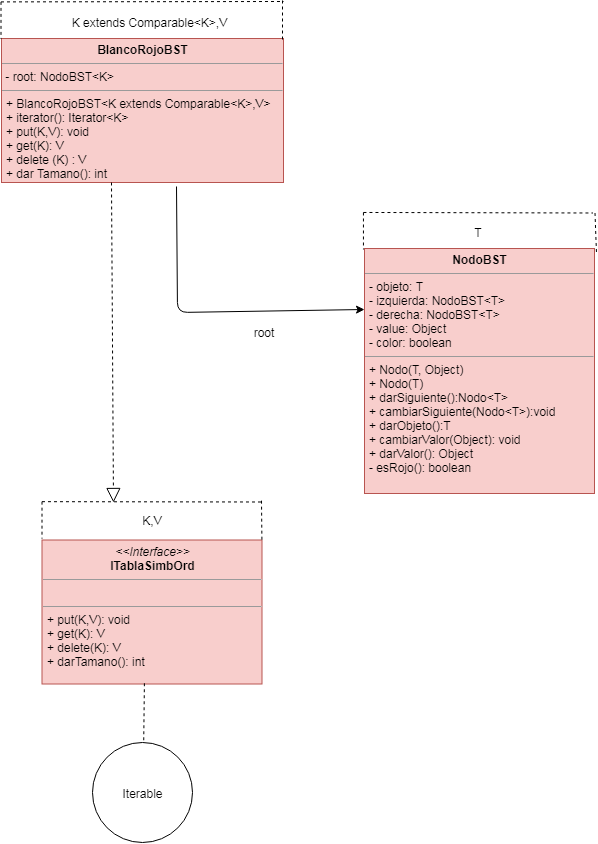
Earlier version of the draw.io export docs/EstructuraTablaSimb.png (Cohnan/DataStructures-Linear-BST). Source tidied: cells renumbered, new cells last; positions are measured from the earlier drawing's top-left corner, leaving out a move shared by most shapes.
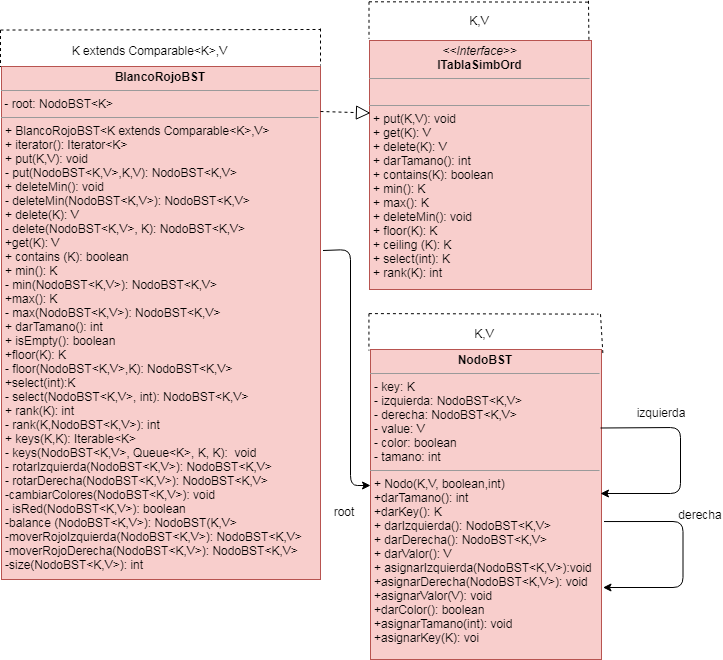
After the commit.

Diff of the diagram source:
```diff
@@ -2,102 +2,116 @@
   <root>
     <mxCell id="0" />
     <mxCell id="1" parent="0" />
-    <mxCell id="2" value="&lt;p style=&quot;margin: 4px 0px 0px ; text-align: center&quot;&gt;&lt;b&gt;BlancoRojoBST&lt;/b&gt;&lt;/p&gt;&lt;hr size=&quot;1&quot;&gt;&amp;nbsp;- root: NodoBST&amp;lt;K&amp;gt;&lt;br&gt;&lt;hr size=&quot;1&quot;&gt;&lt;p style=&quot;margin: 0px 0px 0px 4px&quot;&gt;&lt;font style=&quot;font-size: 12px&quot;&gt;+ BlancoRojoBST&amp;lt;K extends Comparable&amp;lt;K&amp;gt;,V&amp;gt;&lt;/font&gt;&lt;/p&gt;&lt;p style=&quot;margin: 0px 0px 0px 4px&quot;&gt;&lt;font style=&quot;font-size: 12px&quot;&gt;+ iterator(): Iterator&amp;lt;K&amp;gt;&lt;/font&gt;&lt;/p&gt;&lt;p style=&quot;margin: 0px 0px 0px 4px&quot;&gt;+ put(K,V): void&lt;/p&gt;&lt;p style=&quot;margin: 0px 0px 0px 4px&quot;&gt;+ get(K): V&lt;/p&gt;&lt;p style=&quot;margin: 0px 0px 0px 4px&quot;&gt;+ delete (K) : V&lt;/p&gt;&lt;p style=&quot;margin: 0px 0px 0px 4px&quot;&gt;+ dar Tamano(): int&lt;/p&gt;" style="verticalAlign=top;align=left;overflow=fill;fontSize=12;fontFamily=Helvetica;html=1;rounded=0;shadow=0;comic=0;labelBackgroundColor=none;strokeColor=#b85450;strokeWidth=1;fillColor=#f8cecc;" parent="1" vertex="1">
-      <mxGeometry y="38" width="282" height="144" as="geometry" />
-    </mxCell>
-    <mxCell id="3" value="K,V" style="text;html=1;strokeColor=none;fillColor=none;align=center;verticalAlign=middle;whiteSpace=wrap;rounded=0;" parent="1" vertex="1">
-      <mxGeometry x="130.5" y="511.2" width="40" height="18" as="geometry" />
-    </mxCell>
-    <mxCell id="4" value="&lt;p style=&quot;margin: 4px 0px 0px ; text-align: center&quot;&gt;&lt;font style=&quot;font-size: 12px&quot;&gt;&lt;i&gt;&amp;lt;&amp;lt;Interface&amp;gt;&amp;gt;&lt;/i&gt;&lt;br&gt;&lt;b&gt;ITablaSimbOrd&lt;/b&gt;&lt;/font&gt;&lt;/p&gt;&lt;hr size=&quot;1&quot;&gt;&lt;br&gt;&lt;hr size=&quot;1&quot;&gt;&lt;p style=&quot;margin: 0px 0px 0px 4px&quot;&gt;&lt;font style=&quot;font-size: 12px&quot;&gt;+ put(K,V): void&lt;br&gt;&lt;/font&gt;&lt;/p&gt;&lt;p style=&quot;margin: 0px 0px 0px 4px&quot;&gt;+ get(K): V&lt;/p&gt;&lt;p style=&quot;margin: 0px 0px 0px 4px&quot;&gt;+ delete(K): V&amp;nbsp;&lt;/p&gt;&lt;p style=&quot;margin: 0px 0px 0px 4px&quot;&gt;+ darTamano(): int&lt;/p&gt;" style="verticalAlign=top;align=left;overflow=fill;fontSize=12;fontFamily=Helvetica;html=1;rounded=0;shadow=0;comic=0;labelBackgroundColor=none;strokeColor=#b85450;strokeWidth=1;fillColor=#f8cecc;" parent="1" vertex="1">
-      <mxGeometry x="40.5" y="539.5" width="220" height="144" as="geometry" />
-    </mxCell>
-    <mxCell id="5" style="endArrow=none;dashed=1;html=1;entryX=0;entryY=-0.016;entryDx=0;entryDy=0;entryPerimeter=0;" parent="1" edge="1">
-      <mxGeometry relative="1" as="geometry">
-        <mxPoint x="40.5" y="501.2" as="sourcePoint" />
-        <mxPoint x="40.5" y="538.2" as="targetPoint" />
-      </mxGeometry>
-    </mxCell>
-    <mxCell id="6" style="endArrow=none;dashed=1;html=1;" parent="1" edge="1">
-      <mxGeometry relative="1" as="geometry">
-        <mxPoint x="40.5" y="501.2" as="sourcePoint" />
-        <mxPoint x="260.5" y="501.5" as="targetPoint" />
-      </mxGeometry>
-    </mxCell>
-    <mxCell id="7" style="endArrow=none;dashed=1;html=1;entryX=0.995;entryY=-0.004;entryDx=0;entryDy=0;entryPerimeter=0;" parent="1" edge="1">
-      <mxGeometry relative="1" as="geometry">
-        <mxPoint x="260" y="500.2" as="sourcePoint" />
-        <mxPoint x="260.4" y="539.7" as="targetPoint" />
-      </mxGeometry>
-    </mxCell>
+    <mxCell id="23" value="&lt;p style=&quot;margin: 4px 0px 0px ; text-align: center&quot;&gt;&lt;b&gt;BlancoRojoBST&lt;/b&gt;&lt;/p&gt;&lt;hr size=&quot;1&quot;&gt;&amp;nbsp;- root: NodoBST&amp;lt;K&amp;gt;&lt;br&gt;&lt;hr size=&quot;1&quot;&gt;&lt;p style=&quot;margin: 0px 0px 0px 4px&quot;&gt;&lt;font style=&quot;font-size: 12px&quot;&gt;+ BlancoRojoBST&amp;lt;K extends Comparable&amp;lt;K&amp;gt;,V&amp;gt;&lt;/font&gt;&lt;/p&gt;&lt;p style=&quot;margin: 0px 0px 0px 4px&quot;&gt;&lt;font style=&quot;font-size: 12px&quot;&gt;+ iterator(): Iterator&amp;lt;K&amp;gt;&lt;/font&gt;&lt;/p&gt;&lt;p style=&quot;margin: 0px 0px 0px 4px&quot;&gt;+ put(K,V): void&lt;/p&gt;&lt;p style=&quot;margin: 0px 0px 0px 4px&quot;&gt;- put(NodoBST&amp;lt;K,V&amp;gt;,K,V): NodoBST&amp;lt;K,V&amp;gt;&lt;/p&gt;&lt;p style=&quot;margin: 0px 0px 0px 4px&quot;&gt;+ deleteMin(): void&lt;/p&gt;&lt;p style=&quot;margin: 0px 0px 0px 4px&quot;&gt;- deleteMin(NodoBST&amp;lt;K,V&amp;gt;): NodoBST&amp;lt;K,V&amp;gt;&lt;/p&gt;&lt;p style=&quot;margin: 0px 0px 0px 4px&quot;&gt;+ delete(K): V&lt;/p&gt;&lt;p style=&quot;margin: 0px 0px 0px 4px&quot;&gt;- delete(NodoBST&amp;lt;K,V&amp;gt;, K): NodoBST&amp;lt;K,V&amp;gt;&lt;/p&gt;&lt;p style=&quot;margin: 0px 0px 0px 4px&quot;&gt;+get(K): V&lt;/p&gt;&lt;p style=&quot;margin: 0px 0px 0px 4px&quot;&gt;+ contains (K): boolean&lt;/p&gt;&lt;p style=&quot;margin: 0px 0px 0px 4px&quot;&gt;+ min(): K&lt;/p&gt;&lt;p style=&quot;margin: 0px 0px 0px 4px&quot;&gt;- min(NodoBST&amp;lt;K,V&amp;gt;): NodoBST&amp;lt;K,V&amp;gt;&lt;/p&gt;&lt;p style=&quot;margin: 0px 0px 0px 4px&quot;&gt;+max(): K&lt;/p&gt;&lt;p style=&quot;margin: 0px 0px 0px 4px&quot;&gt;- max(NodoBST&amp;lt;K,V&amp;gt;): NodoBST&amp;lt;K,V&amp;gt;&lt;/p&gt;&lt;p style=&quot;margin: 0px 0px 0px 4px&quot;&gt;+ darTamano(): int&lt;/p&gt;&lt;p style=&quot;margin: 0px 0px 0px 4px&quot;&gt;+ isEmpty(): boolean&lt;/p&gt;&lt;p style=&quot;margin: 0px 0px 0px 4px&quot;&gt;+floor(K): K&lt;/p&gt;&lt;p style=&quot;margin: 0px 0px 0px 4px&quot;&gt;- floor(NodoBST&amp;lt;K,V&amp;gt;,K): NodoBST&amp;lt;K,V&amp;gt;&lt;/p&gt;&lt;p style=&quot;margin: 0px 0px 0px 4px&quot;&gt;+select(int):K&lt;/p&gt;&lt;p style=&quot;margin: 0px 0px 0px 4px&quot;&gt;- select(NodoBST&amp;lt;K,V&amp;gt;, int): NodoBST&amp;lt;K,V&amp;gt;&lt;/p&gt;&lt;p style=&quot;margin: 0px 0px 0px 4px&quot;&gt;+ rank(K): int&lt;/p&gt;&lt;p style=&quot;margin: 0px 0px 0px 4px&quot;&gt;- rank(K,NodoBST&amp;lt;K,V&amp;gt;): int&lt;/p&gt;&lt;p style=&quot;margin: 0px 0px 0px 4px&quot;&gt;+ keys(K,K): Iterable&amp;lt;K&amp;gt;&lt;/p&gt;&lt;p style=&quot;margin: 0px 0px 0px 4px&quot;&gt;- keys(NodoBST&amp;lt;K,V&amp;gt;, Queue&amp;lt;K&amp;gt;, K, K):&amp;nbsp; void&lt;/p&gt;&lt;p style=&quot;margin: 0px 0px 0px 4px&quot;&gt;- rotarIzquierda(NodoBST&amp;lt;K,V&amp;gt;): NodoBST&amp;lt;K,V&amp;gt;&lt;/p&gt;&lt;p style=&quot;margin: 0px 0px 0px 4px&quot;&gt;- rotarDerecha(NodoBST&amp;lt;K,V&amp;gt;): NodoBST&amp;lt;K,V&amp;gt;&lt;/p&gt;&lt;p style=&quot;margin: 0px 0px 0px 4px&quot;&gt;-cambiarColores(NodoBST&amp;lt;K,V&amp;gt;): void&lt;/p&gt;&lt;p style=&quot;margin: 0px 0px 0px 4px&quot;&gt;- isRed(NodoBST&amp;lt;K,V&amp;gt;): boolean&lt;/p&gt;&lt;p style=&quot;margin: 0px 0px 0px 4px&quot;&gt;-balance (NodoBST&amp;lt;K,V&amp;gt;): NodoBST(K,V&amp;gt;&lt;/p&gt;&lt;p style=&quot;margin: 0px 0px 0px 4px&quot;&gt;-moverRojoIzquierda(NodoBST&amp;lt;K,V&amp;gt;): NodoBST&amp;lt;K,V&amp;gt;&lt;/p&gt;&lt;p style=&quot;margin: 0px 0px 0px 4px&quot;&gt;-moverRojoDerecha(NodoBST&amp;lt;K,V&amp;gt;): NodoBST&amp;lt;K,V&amp;gt;&lt;/p&gt;&lt;p style=&quot;margin: 0px 0px 0px 4px&quot;&gt;-size(NodoBST&amp;lt;K,V&amp;gt;): int&lt;/p&gt;&lt;p style=&quot;margin: 0px 0px 0px 4px&quot;&gt;&lt;br&gt;&lt;/p&gt;&lt;p style=&quot;margin: 0px 0px 0px 4px&quot;&gt;&lt;br&gt;&lt;/p&gt;&lt;p style=&quot;margin: 0px 0px 0px 4px&quot;&gt;&lt;br&gt;&lt;/p&gt;" style="verticalAlign=top;align=left;overflow=fill;fontSize=12;fontFamily=Helvetica;html=1;rounded=0;shadow=0;comic=0;labelBackgroundColor=none;strokeColor=#b85450;strokeWidth=1;fillColor=#f8cecc;" parent="1" vertex="1">
+      <mxGeometry x="33" y="749" width="319" height="513" as="geometry" />
+    </mxCell>
+    <mxCell id="24" value="K,V" style="text;html=1;strokeColor=none;fillColor=none;align=center;verticalAlign=middle;whiteSpace=wrap;rounded=0;" parent="1" vertex="1">
+      <mxGeometry x="490.5" y="694.3" width="40" height="18" as="geometry" />
+    </mxCell>
+    <mxCell id="25" value="&lt;p style=&quot;margin: 4px 0px 0px ; text-align: center&quot;&gt;&lt;font style=&quot;font-size: 12px&quot;&gt;&lt;i&gt;&amp;lt;&amp;lt;Interface&amp;gt;&amp;gt;&lt;/i&gt;&lt;br&gt;&lt;b&gt;ITablaSimbOrd&lt;/b&gt;&lt;/font&gt;&lt;/p&gt;&lt;hr size=&quot;1&quot;&gt;&lt;br&gt;&lt;hr size=&quot;1&quot;&gt;&lt;p style=&quot;margin: 0px 0px 0px 4px&quot;&gt;&lt;font style=&quot;font-size: 12px&quot;&gt;+ put(K,V): void&lt;br&gt;&lt;/font&gt;&lt;/p&gt;&lt;p style=&quot;margin: 0px 0px 0px 4px&quot;&gt;+ get(K): V&lt;/p&gt;&lt;p style=&quot;margin: 0px 0px 0px 4px&quot;&gt;+ delete(K): V&amp;nbsp;&lt;/p&gt;&lt;p style=&quot;margin: 0px 0px 0px 4px&quot;&gt;+ darTamano(): int&lt;/p&gt;&lt;p style=&quot;margin: 0px 0px 0px 4px&quot;&gt;+ contains(K): boolean&lt;/p&gt;&lt;p style=&quot;margin: 0px 0px 0px 4px&quot;&gt;+ min(): K&lt;/p&gt;&lt;p style=&quot;margin: 0px 0px 0px 4px&quot;&gt;+ max(): K&lt;/p&gt;&lt;p style=&quot;margin: 0px 0px 0px 4px&quot;&gt;+ deleteMin(): void&lt;/p&gt;&lt;p style=&quot;margin: 0px 0px 0px 4px&quot;&gt;+ floor(K): K&lt;/p&gt;&lt;p style=&quot;margin: 0px 0px 0px 4px&quot;&gt;+ ceiling (K): K&lt;/p&gt;&lt;p style=&quot;margin: 0px 0px 0px 4px&quot;&gt;+ select(int): K&lt;/p&gt;&lt;p style=&quot;margin: 0px 0px 0px 4px&quot;&gt;+ rank(K): int&lt;/p&gt;" style="verticalAlign=top;align=left;overflow=fill;fontSize=12;fontFamily=Helvetica;html=1;rounded=0;shadow=0;comic=0;labelBackgroundColor=none;strokeColor=#b85450;strokeWidth=1;fillColor=#f8cecc;" parent="1" vertex="1">
+      <mxGeometry x="401" y="723" width="222" height="249" as="geometry" />
+    </mxCell>
+    <mxCell id="26" style="endArrow=none;dashed=1;html=1;entryX=0;entryY=-0.016;entryDx=0;entryDy=0;entryPerimeter=0;" parent="1" edge="1">
+      <mxGeometry relative="1" as="geometry">
+        <mxPoint x="400.5" y="684.3" as="sourcePoint" />
+        <mxPoint x="400.5" y="721.3" as="targetPoint" />
+      </mxGeometry>
+    </mxCell>
+    <mxCell id="27" style="endArrow=none;dashed=1;html=1;" parent="1" edge="1">
+      <mxGeometry relative="1" as="geometry">
+        <mxPoint x="400.5" y="684.3" as="sourcePoint" />
+        <mxPoint x="620.5" y="684.6" as="targetPoint" />
+      </mxGeometry>
+    </mxCell>
+    <mxCell id="28" style="endArrow=none;dashed=1;html=1;entryX=0.995;entryY=-0.004;entryDx=0;entryDy=0;entryPerimeter=0;" parent="1" edge="1">
+      <mxGeometry relative="1" as="geometry">
+        <mxPoint x="620" y="683.3" as="sourcePoint" />
+        <mxPoint x="620.4" y="722.9" as="targetPoint" />
+      </mxGeometry>
+    </mxCell>
     <mxCell id="8" value="K extends Comparable&amp;lt;K&amp;gt;,V" style="text;html=1;strokeColor=none;fillColor=none;align=center;verticalAlign=middle;whiteSpace=wrap;rounded=0;" parent="1" vertex="1">
-      <mxGeometry x="32" y="11" width="231" height="21" as="geometry" />
+      <mxGeometry x="64.5" y="722.1" width="231" height="21" as="geometry" />
     </mxCell>
-    <mxCell id="9" style="endArrow=none;dashed=1;html=1;entryX=0;entryY=-0.016;entryDx=0;entryDy=0;entryPerimeter=0;" parent="1" edge="1">
-      <mxGeometry relative="1" as="geometry">
-        <mxPoint x="-0.5" y="1.4" as="sourcePoint" />
-        <mxPoint x="-0.5" y="38.4" as="targetPoint" />
-      </mxGeometry>
-    </mxCell>
-    <mxCell id="10" style="endArrow=none;dashed=1;html=1;" parent="1" edge="1">
-      <mxGeometry relative="1" as="geometry">
-        <mxPoint x="-0.5" y="1.4" as="sourcePoint" />
-        <mxPoint x="282" y="1" as="targetPoint" />
-      </mxGeometry>
-    </mxCell>
-    <mxCell id="11" style="endArrow=none;dashed=1;html=1;entryX=0.995;entryY=0.012;entryDx=0;entryDy=0;entryPerimeter=0;" parent="1" edge="1" target="2">
-      <mxGeometry relative="1" as="geometry">
-        <mxPoint x="281" as="sourcePoint" />
-      </mxGeometry>
-    </mxCell>
-    <mxCell id="12" style="endArrow=block;dashed=1;endFill=0;endSize=12;html=1;exitX=0.39;exitY=1;exitDx=0;exitDy=0;exitPerimeter=0;" parent="1" edge="1" source="2">
-      <mxGeometry relative="1" as="geometry">
-        <mxPoint x="112" y="502" as="targetPoint" />
-      </mxGeometry>
-    </mxCell>
-    <mxCell id="13" value="&lt;p style=&quot;margin: 0px ; margin-top: 4px ; text-align: center&quot;&gt;&lt;b&gt;NodoBST&lt;/b&gt;&lt;/p&gt;&lt;hr size=&quot;1&quot;&gt;&lt;p style=&quot;margin: 0px ; margin-left: 4px&quot;&gt;- objeto: T&lt;/p&gt;&lt;p style=&quot;margin: 0px ; margin-left: 4px&quot;&gt;- izquierda: NodoBST&amp;lt;T&amp;gt;&lt;/p&gt;&lt;p style=&quot;margin: 0px ; margin-left: 4px&quot;&gt;- derecha: NodoBST&amp;lt;T&amp;gt;&lt;/p&gt;&lt;p style=&quot;margin: 0px ; margin-left: 4px&quot;&gt;- value: Object&lt;/p&gt;&lt;p style=&quot;margin: 0px ; margin-left: 4px&quot;&gt;- color: boolean&lt;/p&gt;&lt;hr size=&quot;1&quot;&gt;&lt;p style=&quot;margin: 0px ; margin-left: 4px&quot;&gt;+ Nodo(T, Object)&lt;/p&gt;&lt;p style=&quot;margin: 0px ; margin-left: 4px&quot;&gt;+ Nodo(T)&lt;/p&gt;&lt;p style=&quot;margin: 0px ; margin-left: 4px&quot;&gt;+ darSiguiente():Nodo&amp;lt;T&amp;gt;&lt;/p&gt;&lt;p style=&quot;margin: 0px ; margin-left: 4px&quot;&gt;+ cambiarSiguiente(Nodo&amp;lt;T&amp;gt;):void&lt;/p&gt;&lt;p style=&quot;margin: 0px ; margin-left: 4px&quot;&gt;+ darObjeto():T&lt;/p&gt;&lt;p style=&quot;margin: 0px ; margin-left: 4px&quot;&gt;+ cambiarValor(Object): void&lt;/p&gt;&lt;p style=&quot;margin: 0px ; margin-left: 4px&quot;&gt;+ darValor(): Object&lt;/p&gt;&lt;p style=&quot;margin: 0px ; margin-left: 4px&quot;&gt;- esRojo(): boolean&lt;/p&gt;" style="verticalAlign=top;align=left;overflow=fill;fontSize=12;fontFamily=Helvetica;html=1;rounded=0;shadow=0;comic=0;labelBackgroundColor=none;strokeColor=#b85450;strokeWidth=1;fillColor=#f8cecc;" parent="1" vertex="1">
-      <mxGeometry x="363" y="248" width="230" height="245" as="geometry" />
-    </mxCell>
-    <mxCell id="14" style="endArrow=none;dashed=1;html=1;entryX=0;entryY=-0.016;entryDx=0;entryDy=0;entryPerimeter=0;" parent="1" edge="1">
-      <mxGeometry relative="1" as="geometry">
-        <mxPoint x="361.9" y="212" as="sourcePoint" />
-        <mxPoint x="361.9" y="249" as="targetPoint" />
-      </mxGeometry>
-    </mxCell>
-    <mxCell id="15" style="endArrow=none;dashed=1;html=1;" parent="1" edge="1">
-      <mxGeometry relative="1" as="geometry">
-        <mxPoint x="361.9" y="212" as="sourcePoint" />
-        <mxPoint x="591.5" y="212.5" as="targetPoint" />
-      </mxGeometry>
-    </mxCell>
-    <mxCell id="16" style="endArrow=none;dashed=1;html=1;entryX=1.009;entryY=0.019;entryDx=0;entryDy=0;entryPerimeter=0;" parent="1" edge="1" target="13">
-      <mxGeometry relative="1" as="geometry">
-        <mxPoint x="593.5" y="212.5" as="sourcePoint" />
-      </mxGeometry>
-    </mxCell>
-    <mxCell id="17" value="T" style="text;html=1;strokeColor=none;fillColor=none;align=center;verticalAlign=middle;whiteSpace=wrap;rounded=0;" parent="1" vertex="1">
-      <mxGeometry x="457.1" y="222" width="40" height="20" as="geometry" />
-    </mxCell>
-    <mxCell id="18" style="endArrow=classic;html=1;entryX=0;entryY=0.25;entryDx=0;entryDy=0;exitX=0.622;exitY=1.03;exitDx=0;exitDy=0;exitPerimeter=0;" parent="1" edge="1" source="2" target="13">
-      <mxGeometry relative="1" as="geometry">
-        <Array as="points">
-          <mxPoint x="176" y="312" />
-        </Array>
-      </mxGeometry>
-    </mxCell>
+    <mxCell id="29" style="endArrow=none;dashed=1;html=1;entryX=0;entryY=-0.016;entryDx=0;entryDy=0;entryPerimeter=0;" parent="1" edge="1">
+      <mxGeometry relative="1" as="geometry">
+        <mxPoint x="32" y="712.5" as="sourcePoint" />
+        <mxPoint x="32" y="749.5" as="targetPoint" />
+      </mxGeometry>
+    </mxCell>
+    <mxCell id="30" style="endArrow=none;dashed=1;html=1;" parent="1" edge="1">
+      <mxGeometry relative="1" as="geometry">
+        <mxPoint x="32" y="712.5" as="sourcePoint" />
+        <mxPoint x="352" y="712" as="targetPoint" />
+      </mxGeometry>
+    </mxCell>
+    <mxCell id="31" style="endArrow=none;dashed=1;html=1;entryX=1.001;entryY=0;entryDx=0;entryDy=0;entryPerimeter=0;" parent="1" edge="1" target="23">
+      <mxGeometry relative="1" as="geometry">
+        <mxPoint x="352" y="711" as="sourcePoint" />
+      </mxGeometry>
+    </mxCell>
+    <mxCell id="32" style="endArrow=block;dashed=1;endFill=0;endSize=12;html=1;entryX=0.003;entryY=0.287;entryDx=0;entryDy=0;entryPerimeter=0;" parent="1" edge="1" target="25">
+      <mxGeometry relative="1" as="geometry">
+        <mxPoint x="352" y="794" as="sourcePoint" />
+      </mxGeometry>
+    </mxCell>
+    <mxCell id="33" value="&lt;p style=&quot;margin: 0px ; margin-top: 4px ; text-align: center&quot;&gt;&lt;b&gt;NodoBST&lt;/b&gt;&lt;/p&gt;&lt;hr size=&quot;1&quot;&gt;&lt;p style=&quot;margin: 0px ; margin-left: 4px&quot;&gt;- key: K&lt;/p&gt;&lt;p style=&quot;margin: 0px ; margin-left: 4px&quot;&gt;- izquierda: NodoBST&amp;lt;K,V&amp;gt;&lt;/p&gt;&lt;p style=&quot;margin: 0px ; margin-left: 4px&quot;&gt;- derecha: NodoBST&amp;lt;K,V&amp;gt;&lt;/p&gt;&lt;p style=&quot;margin: 0px ; margin-left: 4px&quot;&gt;- value: V&lt;/p&gt;&lt;p style=&quot;margin: 0px ; margin-left: 4px&quot;&gt;- color: boolean&lt;/p&gt;&lt;p style=&quot;margin: 0px ; margin-left: 4px&quot;&gt;- tamano: int&lt;/p&gt;&lt;hr size=&quot;1&quot;&gt;&lt;p style=&quot;margin: 0px ; margin-left: 4px&quot;&gt;+ Nodo(K,V, boolean,int)&lt;/p&gt;&lt;p style=&quot;margin: 0px ; margin-left: 4px&quot;&gt;+darTamano(): int&lt;/p&gt;&lt;p style=&quot;margin: 0px ; margin-left: 4px&quot;&gt;+darKey(): K&lt;/p&gt;&lt;p style=&quot;margin: 0px ; margin-left: 4px&quot;&gt;+ darIzquierda(): NodoBST&amp;lt;K,V&amp;gt;&lt;/p&gt;&lt;p style=&quot;margin: 0px ; margin-left: 4px&quot;&gt;+ darDerecha(): NodoBST&amp;lt;K,V&amp;gt;&lt;/p&gt;&lt;p style=&quot;margin: 0px ; margin-left: 4px&quot;&gt;+ darValor(): V&lt;/p&gt;&lt;p style=&quot;margin: 0px ; margin-left: 4px&quot;&gt;+ asignarIzquierda(NodoBST&amp;lt;K,V&amp;gt;):void&lt;/p&gt;&lt;p style=&quot;margin: 0px ; margin-left: 4px&quot;&gt;+asignarDerecha(NodoBST&amp;lt;K,V&amp;gt;): void&lt;/p&gt;&lt;p style=&quot;margin: 0px ; margin-left: 4px&quot;&gt;+asignarValor(V): void&lt;/p&gt;&lt;p style=&quot;margin: 0px ; margin-left: 4px&quot;&gt;+darColor(): boolean&lt;/p&gt;&lt;p style=&quot;margin: 0px ; margin-left: 4px&quot;&gt;+asignarTamano(int): void&lt;/p&gt;&lt;p style=&quot;margin: 0px ; margin-left: 4px&quot;&gt;+asignarKey(K): voi&lt;/p&gt;" style="verticalAlign=top;align=left;overflow=fill;fontSize=12;fontFamily=Helvetica;html=1;rounded=0;shadow=0;comic=0;labelBackgroundColor=none;strokeColor=#b85450;strokeWidth=1;fillColor=#f8cecc;" parent="1" vertex="1">
+      <mxGeometry x="402" y="1032" width="231" height="310" as="geometry" />
+    </mxCell>
+    <mxCell id="34" style="endArrow=none;dashed=1;html=1;entryX=0;entryY=-0.016;entryDx=0;entryDy=0;entryPerimeter=0;" parent="1" edge="1">
+      <mxGeometry relative="1" as="geometry">
+        <mxPoint x="400.4" y="996.1" as="sourcePoint" />
+        <mxPoint x="400.4" y="1033.1" as="targetPoint" />
+      </mxGeometry>
+    </mxCell>
+    <mxCell id="35" style="endArrow=none;dashed=1;html=1;" parent="1" edge="1">
+      <mxGeometry relative="1" as="geometry">
+        <mxPoint x="400.4" y="996.1" as="sourcePoint" />
+        <mxPoint x="630" y="996.6" as="targetPoint" />
+      </mxGeometry>
+    </mxCell>
+    <mxCell id="36" style="endArrow=none;dashed=1;html=1;entryX=1.009;entryY=0.019;entryDx=0;entryDy=0;entryPerimeter=0;" parent="1" edge="1" target="33">
+      <mxGeometry relative="1" as="geometry">
+        <mxPoint x="632" y="996.6" as="sourcePoint" />
+      </mxGeometry>
+    </mxCell>
+    <mxCell id="37" value="K,V" style="text;html=1;strokeColor=none;fillColor=none;align=center;verticalAlign=middle;whiteSpace=wrap;rounded=0;" parent="1" vertex="1">
+      <mxGeometry x="495.6" y="1006.1" width="40" height="20" as="geometry" />
+    </mxCell>
+    <mxCell id="38" style="endArrow=classic;html=1;entryX=0.001;entryY=0.44;entryDx=0;entryDy=0;entryPerimeter=0;exitX=1.008;exitY=0.357;exitDx=0;exitDy=0;exitPerimeter=0;" parent="1" edge="1" source="23" target="33">
+      <mxGeometry relative="1" as="geometry">
+        <Array as="points">
+          <mxPoint x="382" y="932" />
+          <mxPoint x="382" y="1168" />
+        </Array>
+      </mxGeometry>
+    </mxCell>
     <mxCell id="19" value="root" style="text;html=1;strokeColor=none;fillColor=none;align=center;verticalAlign=middle;whiteSpace=wrap;rounded=0;" parent="1" vertex="1">
-      <mxGeometry x="242" y="322" width="40" height="20" as="geometry" />
+      <mxGeometry x="355" y="1184.1" width="40" height="20" as="geometry" />
     </mxCell>
-    <mxCell id="20" style="ellipse;whiteSpace=wrap;html=1;" parent="1" vertex="1">
-      <mxGeometry x="91.1" y="742.2" width="100" height="100" as="geometry" />
-    </mxCell>
-    <mxCell id="21" value="Iterable" style="text;html=1;strokeColor=none;fillColor=none;align=center;verticalAlign=middle;whiteSpace=wrap;rounded=0;" parent="1" vertex="1">
-      <mxGeometry x="121.1" y="782.7" width="40" height="20" as="geometry" />
-    </mxCell>
-    <mxCell id="22" style="endArrow=none;dashed=1;html=1;entryX=0.5;entryY=0;entryDx=0;entryDy=0;exitX=0.465;exitY=0.997;exitDx=0;exitDy=0;exitPerimeter=0;" parent="1" edge="1">
-      <mxGeometry relative="1" as="geometry">
-        <mxPoint x="142.9" y="682.8" as="sourcePoint" />
-        <mxPoint x="142.2" y="742.1" as="targetPoint" />
-      </mxGeometry>
-    </mxCell>
+    <mxCell id="39" style="endArrow=classic;html=1;exitX=1;exitY=0.25;exitDx=0;exitDy=0;" parent="1" edge="1" source="33">
+      <mxGeometry relative="1" as="geometry">
+        <mxPoint x="632" y="1176" as="targetPoint" />
+        <Array as="points">
+          <mxPoint x="712" y="1110" />
+          <mxPoint x="712" y="1176" />
+        </Array>
+      </mxGeometry>
+    </mxCell>
+    <mxCell id="40" style="endArrow=classic;html=1;exitX=1;exitY=0.25;exitDx=0;exitDy=0;" parent="1" edge="1">
+      <mxGeometry relative="1" as="geometry">
+        <mxPoint x="635.5" y="1204.1" as="sourcePoint" />
+        <mxPoint x="634.5" y="1270" as="targetPoint" />
+        <Array as="points">
+          <mxPoint x="714.5" y="1204" />
+          <mxPoint x="714.5" y="1270" />
+        </Array>
+      </mxGeometry>
+    </mxCell>
+    <mxCell id="41" value="izquierda" style="text;html=1;strokeColor=none;fillColor=none;align=center;verticalAlign=middle;whiteSpace=wrap;rounded=0;shadow=0;" parent="1" vertex="1">
+      <mxGeometry x="672" y="1084.6" width="40" height="20" as="geometry" />
+    </mxCell>
+    <mxCell id="42" value="derecha" style="text;html=1;strokeColor=none;fillColor=none;align=center;verticalAlign=middle;whiteSpace=wrap;rounded=0;shadow=0;" parent="1" vertex="1">
+      <mxGeometry x="712" y="1187.1" width="40" height="20" as="geometry" />
+    </mxCell>
   </root>
 </mxGraphModel>
```
